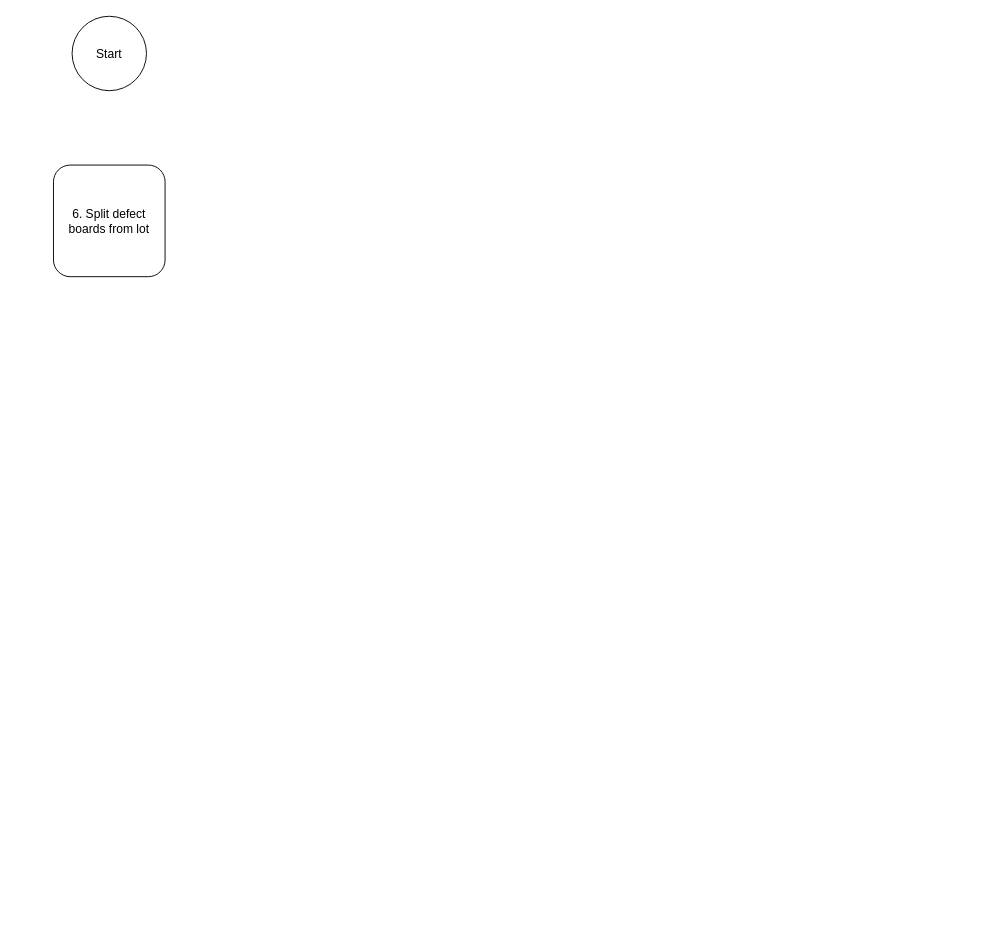
The draw.io diagram page "Depanel Rework Flow" (2 of 2) of MES Flow/Depanel.drawio in vinceliao99/MyDiagrams, before the edit. Source tidied: cells renumbered, new cells numbered last; positions are measured from the earlier drawing's top-left corner, leaving out a move shared by most shapes. Both pictures are drawn from the tidied source at 93%, with x=0, y=0 at pixel (53, 16).
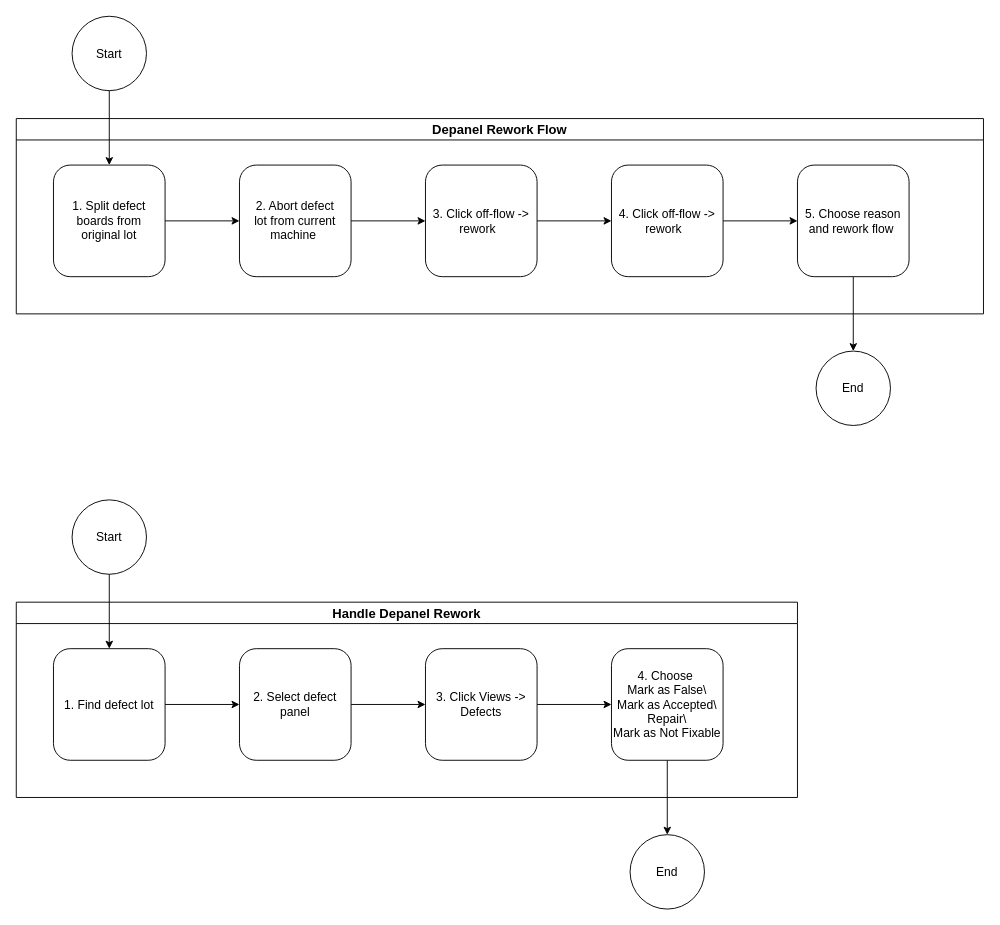
The same diagram, later.

The change refers to these unchanged cells:
```xml
<mxCell id="2" value="&lt;font style=&quot;font-size: 13px;&quot;&gt;Start&lt;/font&gt;" style="ellipse;whiteSpace=wrap;html=1;" parent="1" vertex="1">
  <mxGeometry x="20" width="80" height="80" as="geometry" />
</mxCell>
```

What changed in the source:
```diff
@@
+    <mxCell id="4" style="edgeStyle=orthogonalEdgeStyle;rounded=0;jettySize=auto;html=1;exitX=1;exitY=0.5;exitDx=0;exitDy=0;entryX=0;entryY=0.5;entryDx=0;entryDy=0;" parent="1" edge="1" source="3" target="6">
+      <mxGeometry relative="1" as="geometry" />
+    </mxCell>
-    <mxCell id="3" value="&lt;font style=&quot;font-size: 13px;&quot;&gt;6. Split defect boards from lot&lt;/font&gt;" style="rounded=1;whiteSpace=wrap;html=1;" parent="1" vertex="1">
+    <mxCell id="3" value="&lt;font style=&quot;font-size: 13px;&quot;&gt;1. Split defect boards from &lt;br&gt;original lot&lt;/font&gt;" style="rounded=1;whiteSpace=wrap;html=1;" parent="1" vertex="1">
       <mxGeometry y="160" width="120" height="120" as="geometry" />
     </mxCell>
+    <mxCell id="5" style="edgeStyle=orthogonalEdgeStyle;rounded=0;jettySize=auto;html=1;exitX=1;exitY=0.5;exitDx=0;exitDy=0;entryX=0;entryY=0.5;entryDx=0;entryDy=0;" parent="1" edge="1" source="6" target="8">
+      <mxGeometry relative="1" as="geometry" />
+    </mxCell>
+    <mxCell id="6" value="&lt;font style=&quot;font-size: 13px;&quot;&gt;2. Abort defect &lt;br&gt;lot from current machine&amp;nbsp;&lt;/font&gt;" style="rounded=1;whiteSpace=wrap;html=1;" parent="1" vertex="1">
+      <mxGeometry x="200" y="160" width="120" height="120" as="geometry" />
+    </mxCell>
+    <mxCell id="7" style="edgeStyle=orthogonalEdgeStyle;rounded=0;jettySize=auto;html=1;exitX=1;exitY=0.5;exitDx=0;exitDy=0;entryX=0;entryY=0.5;entryDx=0;entryDy=0;" parent="1" edge="1" source="8" target="10">
+      <mxGeometry relative="1" as="geometry" />
+    </mxCell>
+    <mxCell id="8" value="&lt;font style=&quot;font-size: 13px;&quot;&gt;3. Click off-flow -&amp;gt;&lt;br&gt;rework&amp;nbsp;&amp;nbsp;&lt;/font&gt;" style="rounded=1;whiteSpace=wrap;html=1;" parent="1" vertex="1">
+      <mxGeometry x="400" y="160" width="120" height="120" as="geometry" />
+    </mxCell>
+    <mxCell id="9" style="edgeStyle=orthogonalEdgeStyle;rounded=0;jettySize=auto;html=1;exitX=1;exitY=0.5;exitDx=0;exitDy=0;entryX=0;entryY=0.5;entryDx=0;entryDy=0;" parent="1" edge="1" source="10" target="12">
+      <mxGeometry relative="1" as="geometry" />
+    </mxCell>
+    <mxCell id="10" value="&lt;font style=&quot;font-size: 13px;&quot;&gt;4. Click off-flow -&amp;gt;&lt;br&gt;rework&amp;nbsp;&amp;nbsp;&lt;/font&gt;" style="rounded=1;whiteSpace=wrap;html=1;" parent="1" vertex="1">
+      <mxGeometry x="600" y="160" width="120" height="120" as="geometry" />
+    </mxCell>
+    <mxCell id="11" style="edgeStyle=orthogonalEdgeStyle;rounded=0;jettySize=auto;html=1;exitX=0.5;exitY=1;exitDx=0;exitDy=0;entryX=0.5;entryY=0;entryDx=0;entryDy=0;" parent="1" edge="1" source="12" target="15">
+      <mxGeometry relative="1" as="geometry" />
+    </mxCell>
+    <mxCell id="12" value="&lt;font style=&quot;font-size: 13px;&quot;&gt;5. Choose reason&lt;br&gt;and rework flow&amp;nbsp;&lt;/font&gt;" style="rounded=1;whiteSpace=wrap;html=1;" parent="1" vertex="1">
+      <mxGeometry x="800" y="160" width="120" height="120" as="geometry" />
+    </mxCell>
+    <mxCell id="13" value="&lt;font style=&quot;font-size: 14px;&quot;&gt;Depanel Rework Flow&lt;/font&gt;" style="swimlane;whiteSpace=wrap;html=1;" parent="1" vertex="1">
+      <mxGeometry x="-40" y="110" width="1040" height="210" as="geometry" />
+    </mxCell>
+    <mxCell id="14" style="edgeStyle=orthogonalEdgeStyle;rounded=0;jettySize=auto;html=1;exitX=0.5;exitY=1;exitDx=0;exitDy=0;entryX=0.5;entryY=0;entryDx=0;entryDy=0;" parent="1" edge="1" source="2" target="3">
+      <mxGeometry relative="1" as="geometry" />
+    </mxCell>
+    <mxCell id="15" value="&lt;font style=&quot;font-size: 13px;&quot;&gt;End&lt;/font&gt;" style="ellipse;whiteSpace=wrap;html=1;" parent="1" vertex="1">
+      <mxGeometry x="820" y="360" width="80" height="80" as="geometry" />
+    </mxCell>
+    <mxCell id="16" value="&lt;font style=&quot;font-size: 13px;&quot;&gt;Start&lt;/font&gt;" style="ellipse;whiteSpace=wrap;html=1;" parent="1" vertex="1">
+      <mxGeometry x="20" y="520" width="80" height="80" as="geometry" />
+    </mxCell>
+    <mxCell id="17" style="edgeStyle=orthogonalEdgeStyle;rounded=0;jettySize=auto;html=1;exitX=1;exitY=0.5;exitDx=0;exitDy=0;entryX=0;entryY=0.5;entryDx=0;entryDy=0;" parent="1" edge="1" source="18" target="20">
+      <mxGeometry relative="1" as="geometry" />
+    </mxCell>
+    <mxCell id="18" value="&lt;font style=&quot;font-size: 13px;&quot;&gt;1. Find defect lot&lt;/font&gt;" style="rounded=1;whiteSpace=wrap;html=1;" parent="1" vertex="1">
+      <mxGeometry y="680" width="120" height="120" as="geometry" />
+    </mxCell>
+    <mxCell id="19" style="edgeStyle=orthogonalEdgeStyle;rounded=0;jettySize=auto;html=1;exitX=1;exitY=0.5;exitDx=0;exitDy=0;entryX=0;entryY=0.5;entryDx=0;entryDy=0;" parent="1" edge="1" source="20" target="22">
+      <mxGeometry relative="1" as="geometry" />
+    </mxCell>
+    <mxCell id="20" value="&lt;font style=&quot;font-size: 13px;&quot;&gt;2. Select defect&lt;br&gt;panel&lt;br&gt;&lt;/font&gt;" style="rounded=1;whiteSpace=wrap;html=1;" parent="1" vertex="1">
+      <mxGeometry x="200" y="680" width="120" height="120" as="geometry" />
+    </mxCell>
+    <mxCell id="21" style="edgeStyle=orthogonalEdgeStyle;rounded=0;jettySize=auto;html=1;exitX=1;exitY=0.5;exitDx=0;exitDy=0;entryX=0;entryY=0.5;entryDx=0;entryDy=0;" parent="1" edge="1" source="22" target="24">
+      <mxGeometry relative="1" as="geometry" />
+    </mxCell>
+    <mxCell id="22" value="&lt;font style=&quot;font-size: 13px;&quot;&gt;3. Click Views -&amp;gt;&lt;br&gt;Defects&lt;/font&gt;" style="rounded=1;whiteSpace=wrap;html=1;" parent="1" vertex="1">
+      <mxGeometry x="400" y="680" width="120" height="120" as="geometry" />
+    </mxCell>
+    <mxCell id="23" style="edgeStyle=orthogonalEdgeStyle;rounded=0;jettySize=auto;html=1;exitX=0.5;exitY=1;exitDx=0;exitDy=0;entryX=0.5;entryY=0;entryDx=0;entryDy=0;" parent="1" edge="1" source="24" target="27">
+      <mxGeometry relative="1" as="geometry" />
+    </mxCell>
+    <mxCell id="24" value="&lt;font style=&quot;font-size: 13px;&quot;&gt;4. Choose&amp;nbsp;&lt;br&gt;Mark as False\&lt;br&gt;Mark as Accepted\&lt;br&gt;Repair\&lt;br&gt;Mark as Not Fixable&lt;br&gt;&lt;/font&gt;" style="rounded=1;whiteSpace=wrap;html=1;" parent="1" vertex="1">
+      <mxGeometry x="600" y="680" width="120" height="120" as="geometry" />
+    </mxCell>
+    <mxCell id="25" value="&lt;font style=&quot;font-size: 14px;&quot;&gt;Handle Depanel Rework&lt;/font&gt;" style="swimlane;whiteSpace=wrap;html=1;" parent="1" vertex="1">
+      <mxGeometry x="-40" y="630" width="840" height="210" as="geometry" />
+    </mxCell>
+    <mxCell id="26" style="edgeStyle=orthogonalEdgeStyle;rounded=0;jettySize=auto;html=1;exitX=0.5;exitY=1;exitDx=0;exitDy=0;entryX=0.5;entryY=0;entryDx=0;entryDy=0;" parent="1" edge="1" source="16" target="18">
+      <mxGeometry relative="1" as="geometry" />
+    </mxCell>
+    <mxCell id="27" value="&lt;font style=&quot;font-size: 13px;&quot;&gt;End&lt;/font&gt;" style="ellipse;whiteSpace=wrap;html=1;" parent="1" vertex="1">
+      <mxGeometry x="620" y="880" width="80" height="80" as="geometry" />
+    </mxCell>
```
